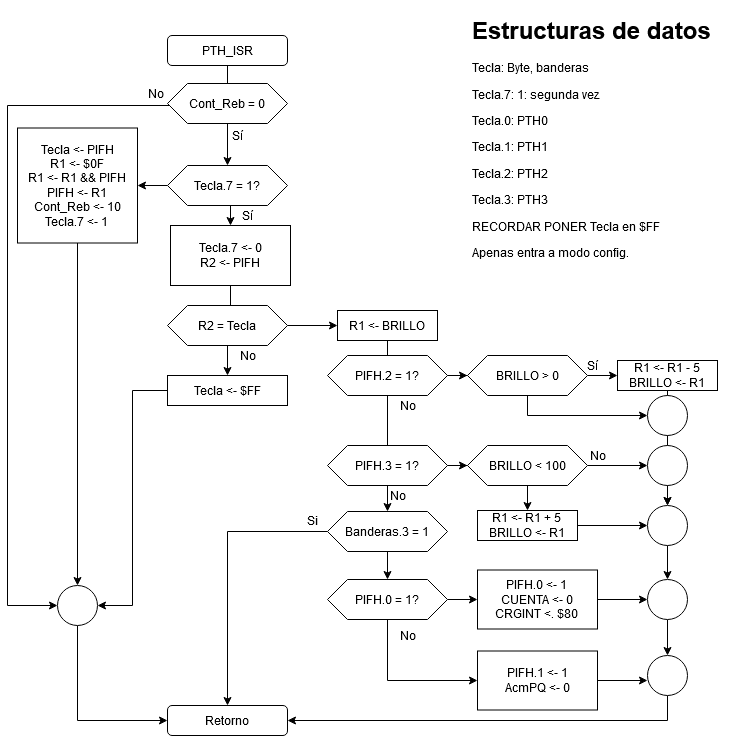
Before: Tarea 5/PTH_ISR.png, a diagram exported from draw.io (robz25/Microprocesadores). Source tidied: cells renumbered, new cells last; positions are measured from the earlier drawing's top-left corner, leaving out a move shared by most shapes. Its diagram source:
```xml
<mxGraphModel>
  <root>
    <mxCell id="0" />
    <mxCell id="1" parent="0" />
    <mxCell id="2" style="edgeStyle=orthogonalEdgeStyle;rounded=0;jettySize=auto;html=1;" parent="1" edge="1" source="3" target="19">
      <mxGeometry relative="1" as="geometry" />
    </mxCell>
    <mxCell id="3" value="PTH_ISR" style="rounded=1;whiteSpace=wrap;html=1;" parent="1" vertex="1">
      <mxGeometry x="160" y="25" width="120" height="30" as="geometry" />
    </mxCell>
    <mxCell id="4" style="edgeStyle=orthogonalEdgeStyle;rounded=0;jettySize=auto;html=1;" parent="1" edge="1" source="6" target="15">
      <mxGeometry relative="1" as="geometry" />
    </mxCell>
    <mxCell id="5" style="edgeStyle=orthogonalEdgeStyle;rounded=0;jettySize=auto;html=1;entryX=0;entryY=0.5;entryDx=0;entryDy=0;" parent="1" edge="1" source="6" target="36">
      <mxGeometry relative="1" as="geometry">
        <Array as="points">
          <mxPoint x="380" y="670" />
        </Array>
      </mxGeometry>
    </mxCell>
    <mxCell id="6" value="PIFH.0 = 1?" style="shape=hexagon;perimeter=hexagonPerimeter2;whiteSpace=wrap;html=1;fixedSize=1;" parent="1" vertex="1">
      <mxGeometry x="320" y="569" width="120" height="40" as="geometry" />
    </mxCell>
    <mxCell id="7" style="edgeStyle=orthogonalEdgeStyle;rounded=0;jettySize=auto;html=1;" parent="1" edge="1" source="51" target="39">
      <mxGeometry relative="1" as="geometry" />
    </mxCell>
    <mxCell id="8" style="edgeStyle=orthogonalEdgeStyle;rounded=0;jettySize=auto;html=1;" parent="1" edge="1" source="9" target="59">
      <mxGeometry relative="1" as="geometry" />
    </mxCell>
    <mxCell id="9" value="PIFH.3 = 1?" style="shape=hexagon;perimeter=hexagonPerimeter2;whiteSpace=wrap;html=1;fixedSize=1;" parent="1" vertex="1">
      <mxGeometry x="320" y="435" width="120" height="40" as="geometry" />
    </mxCell>
    <mxCell id="10" value="Cont_Reb = 0" style="shape=hexagon;perimeter=hexagonPerimeter2;whiteSpace=wrap;html=1;fixedSize=1;" parent="1" vertex="1">
      <mxGeometry x="160" y="73" width="120" height="40" as="geometry" />
    </mxCell>
    <mxCell id="11" value="Retorno" style="rounded=1;whiteSpace=wrap;html=1;" parent="1" vertex="1">
      <mxGeometry x="160" y="695" width="120" height="30" as="geometry" />
    </mxCell>
    <mxCell id="12" value="No" style="text;html=1;align=center;verticalAlign=middle;" parent="1" vertex="1">
      <mxGeometry x="133" y="73" width="30" height="20" as="geometry" />
    </mxCell>
    <mxCell id="13" value="Sí" style="text;html=1;align=center;verticalAlign=middle;" parent="1" vertex="1">
      <mxGeometry x="215" y="115" width="30" height="20" as="geometry" />
    </mxCell>
    <mxCell id="14" style="edgeStyle=orthogonalEdgeStyle;rounded=0;jettySize=auto;html=1;" parent="1" edge="1" source="15" target="46">
      <mxGeometry relative="1" as="geometry" />
    </mxCell>
    <mxCell id="15" value="&lt;div&gt;PIFH.0 &amp;lt;- 1&lt;/div&gt;&lt;div&gt;CUENTA &amp;lt;- 0&lt;/div&gt;&lt;div&gt;CRGINT &amp;lt;. $80&lt;br&gt;&lt;/div&gt;" style="rounded=0;whiteSpace=wrap;html=1;" parent="1" vertex="1">
      <mxGeometry x="470" y="559.5" width="120" height="59" as="geometry" />
    </mxCell>
    <mxCell id="16" value="&lt;h1&gt;Estructuras de datos&lt;br&gt;&lt;/h1&gt;&lt;p&gt;Tecla: Byte, banderas&lt;/p&gt;&lt;p&gt;Tecla.7: 1: segunda vez&lt;/p&gt;&lt;p&gt;Tecla.0: PTH0&lt;/p&gt;&lt;p&gt;Tecla.1: PTH1&lt;/p&gt;&lt;p&gt;Tecla.2: PTH2&lt;/p&gt;&lt;p&gt;Tecla.3: PTH3&lt;/p&gt;&lt;p&gt;RECORDAR PONER Tecla en $FF&lt;/p&gt;&lt;p&gt;Apenas entra a modo config.&lt;/p&gt;&lt;p&gt;Que pasa si pongo 1 y la int esta inactiva&lt;br&gt;&lt;/p&gt;" style="text;html=1;strokeColor=none;fillColor=none;spacing=5;spacingTop=-20;whiteSpace=wrap;overflow=hidden;rounded=0;" parent="1" vertex="1">
      <mxGeometry x="460" width="260" height="250" as="geometry" />
    </mxCell>
    <mxCell id="17" style="edgeStyle=orthogonalEdgeStyle;rounded=0;jettySize=auto;html=1;" parent="1" edge="1" source="19" target="22">
      <mxGeometry relative="1" as="geometry" />
    </mxCell>
    <mxCell id="18" style="edgeStyle=orthogonalEdgeStyle;rounded=0;jettySize=auto;html=1;exitX=0.5;exitY=1;exitDx=0;exitDy=0;entryX=0.5;entryY=0;entryDx=0;entryDy=0;" parent="1" edge="1" source="19" target="27">
      <mxGeometry relative="1" as="geometry" />
    </mxCell>
    <mxCell id="19" value="Tecla.7 = 1?" style="shape=hexagon;perimeter=hexagonPerimeter2;whiteSpace=wrap;html=1;fixedSize=1;" parent="1" vertex="1">
      <mxGeometry x="160" y="155" width="120" height="40" as="geometry" />
    </mxCell>
    <mxCell id="20" value="Sí" style="text;html=1;align=center;verticalAlign=middle;" parent="1" vertex="1">
      <mxGeometry x="225" y="195" width="30" height="20" as="geometry" />
    </mxCell>
    <mxCell id="21" style="edgeStyle=orthogonalEdgeStyle;rounded=0;jettySize=auto;html=1;entryX=0.5;entryY=0;entryDx=0;entryDy=0;" parent="1" edge="1" source="22" target="24">
      <mxGeometry relative="1" as="geometry" />
    </mxCell>
    <mxCell id="22" value="&lt;div&gt;Tecla &amp;lt;- PIFH&lt;/div&gt;&lt;div&gt;R1 &amp;lt;- $0F&lt;/div&gt;&lt;div&gt;R1 &amp;lt;- R1 &amp;amp;&amp;amp; PIFH&lt;/div&gt;&lt;div&gt;PIFH &amp;lt;- R1&lt;br&gt;&lt;/div&gt;&lt;div&gt;Cont_Reb &amp;lt;- 10&lt;/div&gt;&lt;div&gt;Tecla.7 &amp;lt;- 1&lt;br&gt;&lt;/div&gt;" style="rounded=0;whiteSpace=wrap;html=1;" parent="1" vertex="1">
      <mxGeometry x="10" y="117.5" width="120" height="115" as="geometry" />
    </mxCell>
    <mxCell id="23" style="edgeStyle=orthogonalEdgeStyle;rounded=0;jettySize=auto;html=1;entryX=0;entryY=0.5;entryDx=0;entryDy=0;" parent="1" edge="1" source="24" target="11">
      <mxGeometry relative="1" as="geometry">
        <Array as="points">
          <mxPoint x="70" y="710" />
        </Array>
      </mxGeometry>
    </mxCell>
    <mxCell id="24" style="ellipse;whiteSpace=wrap;html=1;" parent="1" vertex="1">
      <mxGeometry x="50" y="575" width="40" height="40" as="geometry" />
    </mxCell>
    <mxCell id="25" style="edgeStyle=orthogonalEdgeStyle;rounded=0;jettySize=auto;html=1;entryX=0;entryY=0.5;entryDx=0;entryDy=0;" parent="1" edge="1" source="10" target="24">
      <mxGeometry relative="1" as="geometry">
        <Array as="points">
          <mxPoint y="95" />
          <mxPoint y="595" />
        </Array>
      </mxGeometry>
    </mxCell>
    <mxCell id="26" style="edgeStyle=orthogonalEdgeStyle;rounded=0;jettySize=auto;html=1;" parent="1" edge="1" source="27" target="32">
      <mxGeometry relative="1" as="geometry" />
    </mxCell>
    <mxCell id="27" value="&lt;div&gt;Tecla.7 &amp;lt;- 0&lt;/div&gt;&lt;div&gt;R2 &amp;lt;- PIFH&lt;br&gt;&lt;/div&gt;" style="rounded=0;whiteSpace=wrap;html=1;" parent="1" vertex="1">
      <mxGeometry x="163" y="215" width="120" height="60" as="geometry" />
    </mxCell>
    <mxCell id="28" style="edgeStyle=orthogonalEdgeStyle;rounded=0;jettySize=auto;html=1;exitX=0.5;exitY=1;exitDx=0;exitDy=0;entryX=0.5;entryY=0;entryDx=0;entryDy=0;" parent="1" edge="1" source="29" target="31">
      <mxGeometry relative="1" as="geometry" />
    </mxCell>
    <mxCell id="29" value="R2 = Tecla" style="shape=hexagon;perimeter=hexagonPerimeter2;whiteSpace=wrap;html=1;fixedSize=1;" parent="1" vertex="1">
      <mxGeometry x="160" y="295" width="120" height="40" as="geometry" />
    </mxCell>
    <mxCell id="30" style="edgeStyle=orthogonalEdgeStyle;rounded=0;jettySize=auto;html=1;entryX=1;entryY=0.5;entryDx=0;entryDy=0;" parent="1" edge="1" source="31" target="24">
      <mxGeometry relative="1" as="geometry" />
    </mxCell>
    <mxCell id="31" value="&lt;div&gt;Tecla &amp;lt;- $FF&lt;/div&gt;" style="rounded=0;whiteSpace=wrap;html=1;" parent="1" vertex="1">
      <mxGeometry x="160" y="365" width="120" height="30" as="geometry" />
    </mxCell>
    <mxCell id="32" value="No" style="text;html=1;align=center;verticalAlign=middle;points=[];" parent="1" vertex="1">
      <mxGeometry x="225" y="335" width="30" height="20" as="geometry" />
    </mxCell>
    <mxCell id="33" style="edgeStyle=orthogonalEdgeStyle;rounded=0;jettySize=auto;html=1;entryX=1;entryY=0.5;entryDx=0;entryDy=0;" parent="1" edge="1" source="34" target="11">
      <mxGeometry relative="1" as="geometry">
        <Array as="points">
          <mxPoint x="660" y="710" />
        </Array>
      </mxGeometry>
    </mxCell>
    <mxCell id="34" style="ellipse;whiteSpace=wrap;html=1;" parent="1" vertex="1">
      <mxGeometry x="640" y="645" width="40" height="40" as="geometry" />
    </mxCell>
    <mxCell id="35" style="edgeStyle=orthogonalEdgeStyle;rounded=0;jettySize=auto;html=1;" parent="1" edge="1" source="36">
      <mxGeometry relative="1" as="geometry">
        <mxPoint x="640" y="670" as="targetPoint" />
      </mxGeometry>
    </mxCell>
    <mxCell id="36" value="&lt;div&gt;PIFH.1 &amp;lt;- 1&lt;/div&gt;&lt;div&gt;AcmPQ &amp;lt;- 0&lt;/div&gt;" style="rounded=0;whiteSpace=wrap;html=1;gradientColor=#ffffff;" parent="1" vertex="1">
      <mxGeometry x="470" y="640.5" width="120" height="59" as="geometry" />
    </mxCell>
    <mxCell id="37" style="edgeStyle=orthogonalEdgeStyle;rounded=0;jettySize=auto;html=1;" parent="1" edge="1" source="39" target="11">
      <mxGeometry relative="1" as="geometry" />
    </mxCell>
    <mxCell id="38" style="edgeStyle=orthogonalEdgeStyle;rounded=0;jettySize=auto;html=1;" parent="1" edge="1" source="39" target="6">
      <mxGeometry relative="1" as="geometry" />
    </mxCell>
    <mxCell id="39" value="Banderas.3 = 1" style="shape=hexagon;perimeter=hexagonPerimeter2;whiteSpace=wrap;html=1;fixedSize=1;" parent="1" vertex="1">
      <mxGeometry x="320" y="501" width="120" height="40" as="geometry" />
    </mxCell>
    <mxCell id="40" style="edgeStyle=orthogonalEdgeStyle;rounded=0;jettySize=auto;html=1;" parent="1" edge="1" source="64" target="63">
      <mxGeometry relative="1" as="geometry" />
    </mxCell>
    <mxCell id="41" value="No" style="text;html=1;align=center;verticalAlign=middle;points=[];" parent="1" vertex="1">
      <mxGeometry x="385" y="385" width="30" height="20" as="geometry" />
    </mxCell>
    <mxCell id="42" value="No" style="text;html=1;align=center;verticalAlign=middle;" parent="1" vertex="1">
      <mxGeometry x="375" y="475" width="30" height="20" as="geometry" />
    </mxCell>
    <mxCell id="43" value="Si" style="text;html=1;align=center;verticalAlign=middle;" parent="1" vertex="1">
      <mxGeometry x="290" y="500" width="30" height="20" as="geometry" />
    </mxCell>
    <mxCell id="44" value="No" style="text;html=1;align=center;verticalAlign=middle;" parent="1" vertex="1">
      <mxGeometry x="385" y="615" width="30" height="20" as="geometry" />
    </mxCell>
    <mxCell id="45" style="edgeStyle=orthogonalEdgeStyle;rounded=0;jettySize=auto;html=1;" parent="1" edge="1" source="46" target="34">
      <mxGeometry relative="1" as="geometry" />
    </mxCell>
    <mxCell id="46" style="ellipse;whiteSpace=wrap;html=1;" parent="1" vertex="1">
      <mxGeometry x="640" y="569" width="40" height="40" as="geometry" />
    </mxCell>
    <mxCell id="47" style="edgeStyle=orthogonalEdgeStyle;rounded=0;jettySize=auto;html=1;" parent="1" edge="1" source="48" target="41">
      <mxGeometry relative="1" as="geometry" />
    </mxCell>
    <mxCell id="48" value="R1 &amp;lt;- BRILLO" style="rounded=0;whiteSpace=wrap;html=1;gradientColor=#ffffff;" parent="1" vertex="1">
      <mxGeometry x="330" y="300" width="100" height="30" as="geometry" />
    </mxCell>
    <mxCell id="49" style="edgeStyle=orthogonalEdgeStyle;rounded=0;jettySize=auto;html=1;" parent="1" edge="1" source="29" target="48">
      <mxGeometry relative="1" as="geometry" />
    </mxCell>
    <mxCell id="50" style="edgeStyle=orthogonalEdgeStyle;rounded=0;jettySize=auto;html=1;" parent="1" edge="1" source="51" target="54">
      <mxGeometry relative="1" as="geometry" />
    </mxCell>
    <mxCell id="51" value="PIFH.2 = 1?" style="shape=hexagon;perimeter=hexagonPerimeter2;whiteSpace=wrap;html=1;fixedSize=1;" parent="1" vertex="1">
      <mxGeometry x="320" y="345" width="120" height="40" as="geometry" />
    </mxCell>
    <mxCell id="52" style="edgeStyle=orthogonalEdgeStyle;rounded=0;jettySize=auto;html=1;" parent="1" edge="1" source="54" target="56">
      <mxGeometry relative="1" as="geometry" />
    </mxCell>
    <mxCell id="53" style="edgeStyle=orthogonalEdgeStyle;rounded=0;jettySize=auto;html=1;entryX=0;entryY=0.5;entryDx=0;entryDy=0;" parent="1" edge="1" source="54" target="64">
      <mxGeometry relative="1" as="geometry">
        <Array as="points">
          <mxPoint x="520" y="405" />
        </Array>
      </mxGeometry>
    </mxCell>
    <mxCell id="54" value="BRILLO &amp;gt; 0" style="shape=hexagon;perimeter=hexagonPerimeter2;whiteSpace=wrap;html=1;fixedSize=1;" parent="1" vertex="1">
      <mxGeometry x="460" y="345" width="120" height="40" as="geometry" />
    </mxCell>
    <mxCell id="55" style="edgeStyle=orthogonalEdgeStyle;rounded=0;jettySize=auto;html=1;" parent="1" edge="1" source="56">
      <mxGeometry relative="1" as="geometry">
        <mxPoint x="660" y="495" as="targetPoint" />
      </mxGeometry>
    </mxCell>
    <mxCell id="56" value="&lt;div&gt;R1 &amp;lt;- R1 - 5&lt;/div&gt;&lt;div&gt;BRILLO &amp;lt;- R1&lt;br&gt;&lt;/div&gt;" style="rounded=0;whiteSpace=wrap;html=1;gradientColor=#ffffff;" parent="1" vertex="1">
      <mxGeometry x="610" y="350" width="100" height="30" as="geometry" />
    </mxCell>
    <mxCell id="57" style="edgeStyle=orthogonalEdgeStyle;rounded=0;jettySize=auto;html=1;" parent="1" edge="1" source="59" target="61">
      <mxGeometry relative="1" as="geometry" />
    </mxCell>
    <mxCell id="58" style="edgeStyle=orthogonalEdgeStyle;rounded=0;jettySize=auto;html=1;entryX=0;entryY=0.5;entryDx=0;entryDy=0;" parent="1" edge="1" source="59" target="65">
      <mxGeometry relative="1" as="geometry" />
    </mxCell>
    <mxCell id="59" value="BRILLO &amp;lt; 100" style="shape=hexagon;perimeter=hexagonPerimeter2;whiteSpace=wrap;html=1;fixedSize=1;" parent="1" vertex="1">
      <mxGeometry x="460" y="435" width="120" height="40" as="geometry" />
    </mxCell>
    <mxCell id="60" style="edgeStyle=orthogonalEdgeStyle;rounded=0;jettySize=auto;html=1;" parent="1" edge="1" source="61">
      <mxGeometry relative="1" as="geometry">
        <mxPoint x="640" y="515" as="targetPoint" />
      </mxGeometry>
    </mxCell>
    <mxCell id="61" value="&lt;div&gt;R1 &amp;lt;- R1 + 5&lt;/div&gt;&lt;div&gt;BRILLO &amp;lt;- R1&lt;br&gt;&lt;/div&gt;" style="rounded=0;whiteSpace=wrap;html=1;gradientColor=#ffffff;" parent="1" vertex="1">
      <mxGeometry x="470" y="500" width="100" height="30" as="geometry" />
    </mxCell>
    <mxCell id="62" style="edgeStyle=orthogonalEdgeStyle;rounded=0;jettySize=auto;html=1;" parent="1" edge="1" source="63" target="46">
      <mxGeometry relative="1" as="geometry" />
    </mxCell>
    <mxCell id="63" style="ellipse;whiteSpace=wrap;html=1;" parent="1" vertex="1">
      <mxGeometry x="640" y="495" width="40" height="40" as="geometry" />
    </mxCell>
    <mxCell id="64" style="ellipse;whiteSpace=wrap;html=1;" parent="1" vertex="1">
      <mxGeometry x="640" y="385" width="40" height="40" as="geometry" />
    </mxCell>
    <mxCell id="65" style="ellipse;whiteSpace=wrap;html=1;" parent="1" vertex="1">
      <mxGeometry x="640" y="435" width="40" height="40" as="geometry" />
    </mxCell>
    <mxCell id="66" value="No" style="text;html=1;align=center;verticalAlign=middle;" parent="1" vertex="1">
      <mxGeometry x="575" y="435" width="30" height="20" as="geometry" />
    </mxCell>
    <mxCell id="67" value="Sí" style="text;html=1;align=center;verticalAlign=middle;" parent="1" vertex="1">
      <mxGeometry x="570" y="345" width="30" height="20" as="geometry" />
    </mxCell>
  </root>
</mxGraphModel>
```
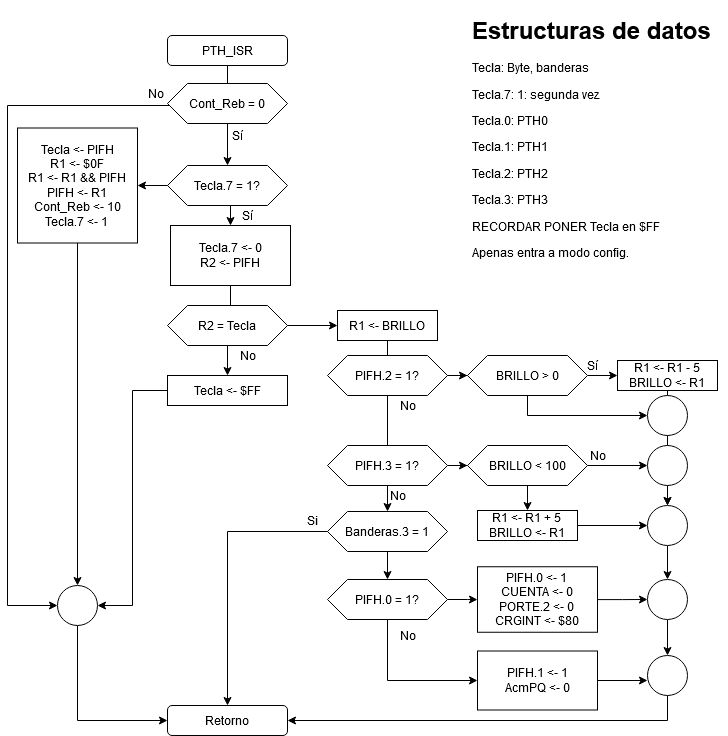
After the change.

Diff of the diagram source:
```diff
@@ -45,8 +45,8 @@
     <mxCell id="14" style="edgeStyle=orthogonalEdgeStyle;rounded=0;jettySize=auto;html=1;" parent="1" edge="1" source="15" target="46">
       <mxGeometry relative="1" as="geometry" />
     </mxCell>
-    <mxCell id="15" value="&lt;div&gt;PIFH.0 &amp;lt;- 1&lt;/div&gt;&lt;div&gt;CUENTA &amp;lt;- 0&lt;/div&gt;&lt;div&gt;CRGINT &amp;lt;. $80&lt;br&gt;&lt;/div&gt;" style="rounded=0;whiteSpace=wrap;html=1;" parent="1" vertex="1">
-      <mxGeometry x="470" y="559.5" width="120" height="59" as="geometry" />
+    <mxCell id="15" value="&lt;div&gt;PIFH.0 &amp;lt;- 1&lt;/div&gt;&lt;div&gt;CUENTA &amp;lt;- 0&lt;/div&gt;&lt;div&gt;PORTE.2 &amp;lt;- 0&lt;br&gt;&lt;/div&gt;&lt;div&gt;CRGINT &amp;lt;- $80&lt;br&gt;&lt;/div&gt;" style="rounded=0;whiteSpace=wrap;html=1;" parent="1" vertex="1">
+      <mxGeometry x="470" y="556.2" width="120" height="65.5" as="geometry" />
     </mxCell>
     <mxCell id="16" value="&lt;h1&gt;Estructuras de datos&lt;br&gt;&lt;/h1&gt;&lt;p&gt;Tecla: Byte, banderas&lt;/p&gt;&lt;p&gt;Tecla.7: 1: segunda vez&lt;/p&gt;&lt;p&gt;Tecla.0: PTH0&lt;/p&gt;&lt;p&gt;Tecla.1: PTH1&lt;/p&gt;&lt;p&gt;Tecla.2: PTH2&lt;/p&gt;&lt;p&gt;Tecla.3: PTH3&lt;/p&gt;&lt;p&gt;RECORDAR PONER Tecla en $FF&lt;/p&gt;&lt;p&gt;Apenas entra a modo config.&lt;/p&gt;&lt;p&gt;Que pasa si pongo 1 y la int esta inactiva&lt;br&gt;&lt;/p&gt;" style="text;html=1;strokeColor=none;fillColor=none;spacing=5;spacingTop=-20;whiteSpace=wrap;overflow=hidden;rounded=0;" parent="1" vertex="1">
       <mxGeometry x="460" width="260" height="250" as="geometry" />
```
